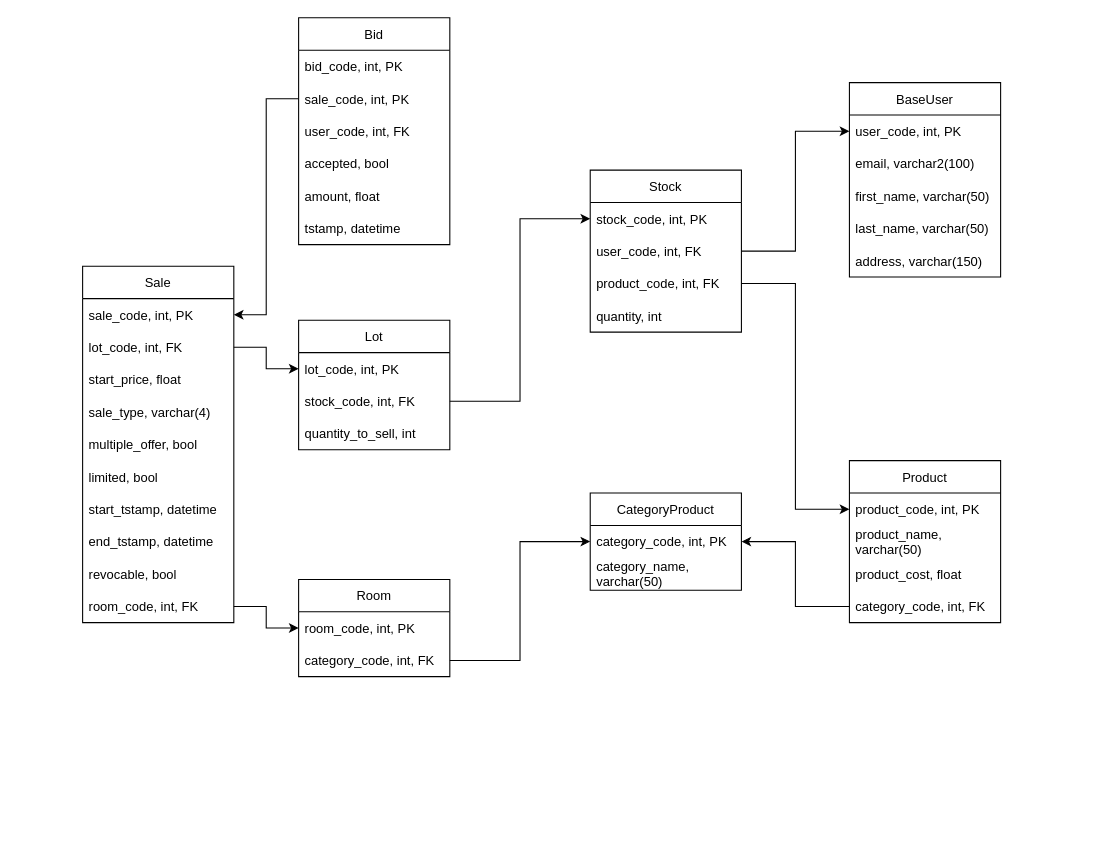
s-kravtsov/DB_Project_2022 keeps this draw.io diagram as Schema_relationnel.drawio. Above is the earlier version. Source tidied: cells renumbered, new cells numbered last; positions are measured from the earlier drawing's top-left corner, leaving out a move shared by most shapes. Both pictures are drawn from the tidied source at 108%, with x=0, y=0 at pixel (82, 17).
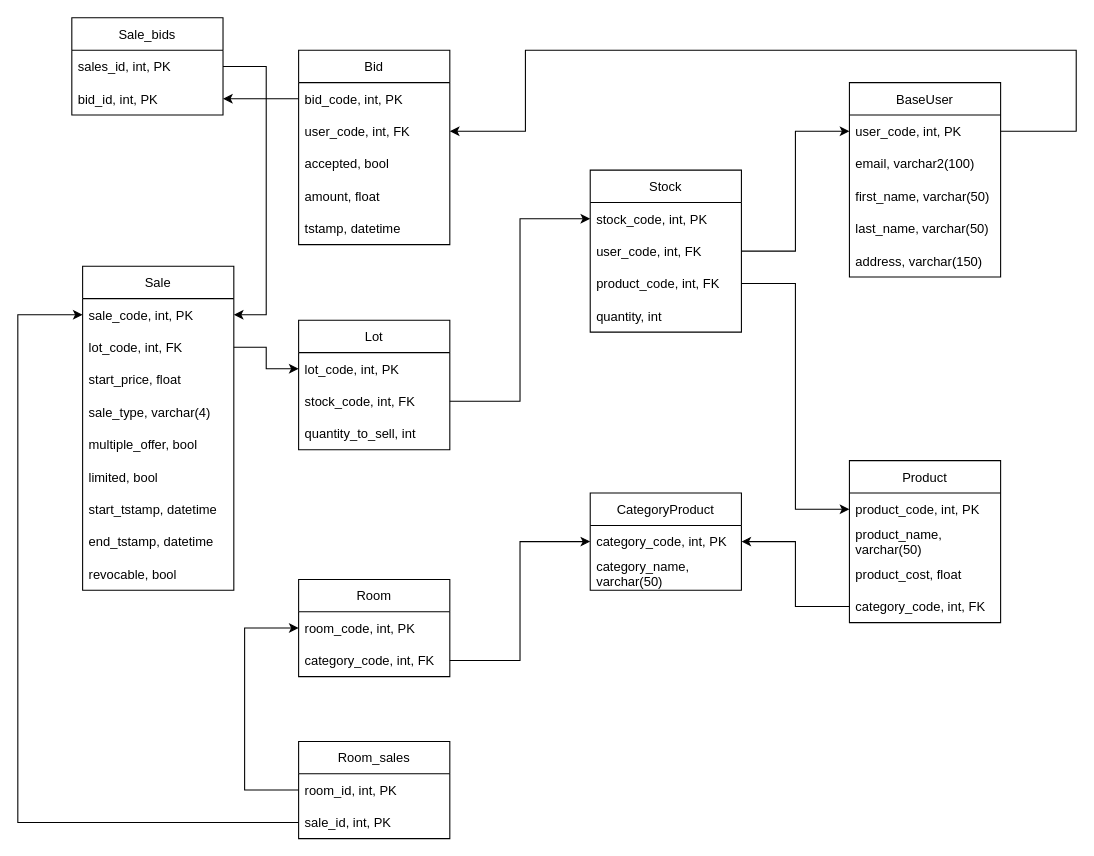
The same page after the edit.

Unchanged cells that the change refers to:
```xml
<mxCell id="3" value="user_code, int, PK" style="text;strokeColor=none;fillColor=none;align=left;verticalAlign=middle;spacingLeft=4;spacingRight=4;overflow=hidden;points=[[0,0.5],[1,0.5]];portConstraint=eastwest;" parent="2" vertex="1">
  <mxGeometry y="30" width="140" height="30" as="geometry" />
</mxCell>
<mxCell id="17" value="sale_code, int, PK" style="text;strokeColor=none;fillColor=none;align=left;verticalAlign=middle;spacingLeft=4;spacingRight=4;overflow=hidden;points=[[0,0.5],[1,0.5]];portConstraint=eastwest;" parent="16" vertex="1">
  <mxGeometry y="30" width="140" height="30" as="geometry" />
</mxCell>
<mxCell id="28" value="bid_code, int, PK" style="text;strokeColor=none;fillColor=none;align=left;verticalAlign=middle;spacingLeft=4;spacingRight=4;overflow=hidden;points=[[0,0.5],[1,0.5]];portConstraint=eastwest;" parent="27" vertex="1">
  <mxGeometry y="30" width="140" height="30" as="geometry" />
</mxCell>
<mxCell id="39" value="room_code, int, PK" style="text;strokeColor=none;fillColor=none;align=left;verticalAlign=middle;spacingLeft=4;spacingRight=4;overflow=hidden;points=[[0,0.5],[1,0.5]];portConstraint=eastwest;" parent="38" vertex="1">
  <mxGeometry y="30" width="140" height="30" as="geometry" />
</mxCell>
```

Diff of the diagram source:
```diff
@@
     <mxCell id="16" value="Sale" style="swimlane;fontStyle=0;horizontal=1;startSize=30;" parent="1" vertex="1">
-      <mxGeometry y="230" width="140" height="330" as="geometry" />
+      <mxGeometry y="230" width="140" height="300" as="geometry" />
     </mxCell>
@@
-    <mxCell id="26" value="room_code, int, FK" style="text;strokeColor=none;fillColor=none;align=left;verticalAlign=middle;spacingLeft=4;spacingRight=4;overflow=hidden;points=[[0,0.5],[1,0.5]];portConstraint=eastwest;" parent="16" vertex="1">
-      <mxGeometry y="300" width="140" height="30" as="geometry" />
-    </mxCell>
     <mxCell id="27" value="Bid" style="swimlane;fontStyle=0;horizontal=1;startSize=30;" parent="1" vertex="1">
-      <mxGeometry x="200" width="140" height="210" as="geometry" />
+      <mxGeometry x="200" y="30" width="140" height="180" as="geometry" />
     </mxCell>
@@
-    <mxCell id="29" value="sale_code, int, PK" style="text;strokeColor=none;fillColor=none;align=left;verticalAlign=middle;spacingLeft=4;spacingRight=4;overflow=hidden;points=[[0,0.5],[1,0.5]];portConstraint=eastwest;" parent="27" vertex="1">
-      <mxGeometry y="60" width="140" height="30" as="geometry" />
-    </mxCell>
     <mxCell id="30" value="user_code, int, FK" style="text;strokeColor=none;fillColor=none;align=left;verticalAlign=middle;spacingLeft=4;spacingRight=4;overflow=hidden;points=[[0,0.5],[1,0.5]];portConstraint=eastwest;" parent="27" vertex="1">
-      <mxGeometry y="90" width="140" height="30" as="geometry" />
+      <mxGeometry y="60" width="140" height="30" as="geometry" />
     </mxCell>
     <mxCell id="31" value="accepted, bool" style="text;strokeColor=none;fillColor=none;align=left;verticalAlign=middle;spacingLeft=4;spacingRight=4;overflow=hidden;" parent="27" vertex="1">
-      <mxGeometry y="120" width="140" height="30" as="geometry" />
+      <mxGeometry y="90" width="140" height="30" as="geometry" />
     </mxCell>
     <mxCell id="32" value="amount, float" style="text;strokeColor=none;fillColor=none;align=left;verticalAlign=middle;spacingLeft=4;spacingRight=4;overflow=hidden;" parent="27" vertex="1">
-      <mxGeometry y="150" width="140" height="30" as="geometry" />
+      <mxGeometry y="120" width="140" height="30" as="geometry" />
     </mxCell>
     <mxCell id="33" value="tstamp, datetime" style="text;strokeColor=none;fillColor=none;align=left;verticalAlign=middle;spacingLeft=4;spacingRight=4;overflow=hidden;" parent="27" vertex="1">
-      <mxGeometry y="180" width="140" height="30" as="geometry" />
+      <mxGeometry y="150" width="140" height="30" as="geometry" />
     </mxCell>
@@
-    <mxCell id="41" style="edgeStyle=orthogonalEdgeStyle;rounded=0;jettySize=auto;html=1;exitX=1;exitY=0.5;exitDx=0;exitDy=0;entryX=0;entryY=0.5;entryDx=0;entryDy=0;" parent="1" edge="1" source="26" target="39">
-      <mxGeometry relative="1" as="geometry" />
-    </mxCell>
-    <mxCell id="42" style="edgeStyle=orthogonalEdgeStyle;rounded=0;jettySize=auto;html=1;exitX=0;exitY=0.5;exitDx=0;exitDy=0;entryX=1;entryY=0.5;entryDx=0;entryDy=0;" parent="1" edge="1" source="29" target="17">
-      <mxGeometry relative="1" as="geometry" />
-    </mxCell>
@@
+    <mxCell id="54" value="Sale_bids" style="swimlane;fontStyle=0;horizontal=1;startSize=30;" parent="1" vertex="1">
+      <mxGeometry x="-10" width="140" height="90" as="geometry" />
+    </mxCell>
+    <mxCell id="55" value="sales_id, int, PK" style="text;strokeColor=none;fillColor=none;align=left;verticalAlign=middle;spacingLeft=4;spacingRight=4;overflow=hidden;points=[[0,0.5],[1,0.5]];portConstraint=eastwest;" parent="54" vertex="1">
+      <mxGeometry y="30" width="140" height="30" as="geometry" />
+    </mxCell>
+    <mxCell id="56" value="bid_id, int, PK" style="text;strokeColor=none;fillColor=none;align=left;verticalAlign=middle;spacingLeft=4;spacingRight=4;overflow=hidden;points=[[0,0.5],[1,0.5]];portConstraint=eastwest;" parent="54" vertex="1">
+      <mxGeometry y="60" width="140" height="30" as="geometry" />
+    </mxCell>
+    <mxCell id="57" style="edgeStyle=orthogonalEdgeStyle;rounded=0;jettySize=auto;html=1;" parent="1" edge="1" source="28" target="56">
+      <mxGeometry relative="1" as="geometry" />
+    </mxCell>
+    <mxCell id="58" style="edgeStyle=orthogonalEdgeStyle;rounded=0;jettySize=auto;html=1;entryX=1;entryY=0.5;entryDx=0;entryDy=0;" parent="1" edge="1" source="55" target="17">
+      <mxGeometry relative="1" as="geometry">
+        <Array as="points">
+          <mxPoint x="170" y="45" />
+          <mxPoint x="170" y="275" />
+        </Array>
+      </mxGeometry>
+    </mxCell>
+    <mxCell id="59" style="edgeStyle=orthogonalEdgeStyle;rounded=0;jettySize=auto;html=1;" parent="1" edge="1" source="3" target="30">
+      <mxGeometry relative="1" as="geometry">
+        <Array as="points">
+          <mxPoint x="920" y="105" />
+          <mxPoint x="920" y="30" />
+          <mxPoint x="410" y="30" />
+          <mxPoint x="410" y="105" />
+        </Array>
+      </mxGeometry>
+    </mxCell>
+    <mxCell id="60" value="Room_sales" style="swimlane;fontStyle=0;horizontal=1;startSize=30;" parent="1" vertex="1">
+      <mxGeometry x="200" y="670" width="140" height="90" as="geometry" />
+    </mxCell>
+    <mxCell id="61" value="room_id, int, PK" style="text;strokeColor=none;fillColor=none;align=left;verticalAlign=middle;spacingLeft=4;spacingRight=4;overflow=hidden;points=[[0,0.5],[1,0.5]];portConstraint=eastwest;" parent="60" vertex="1">
+      <mxGeometry y="30" width="140" height="30" as="geometry" />
+    </mxCell>
+    <mxCell id="62" value="sale_id, int, PK" style="text;strokeColor=none;fillColor=none;align=left;verticalAlign=middle;spacingLeft=4;spacingRight=4;overflow=hidden;points=[[0,0.5],[1,0.5]];portConstraint=eastwest;" parent="60" vertex="1">
+      <mxGeometry y="60" width="140" height="30" as="geometry" />
+    </mxCell>
+    <mxCell id="63" style="edgeStyle=orthogonalEdgeStyle;rounded=0;jettySize=auto;html=1;" parent="1" edge="1" source="61">
+      <mxGeometry relative="1" as="geometry">
+        <mxPoint x="200" y="565" as="targetPoint" />
+        <Array as="points">
+          <mxPoint x="150" y="715" />
+          <mxPoint x="150" y="565" />
+        </Array>
+      </mxGeometry>
+    </mxCell>
+    <mxCell id="64" style="edgeStyle=orthogonalEdgeStyle;rounded=0;jettySize=auto;html=1;entryX=0;entryY=0.5;entryDx=0;entryDy=0;" parent="1" edge="1" source="62" target="17">
+      <mxGeometry relative="1" as="geometry">
+        <Array as="points">
+          <mxPoint x="-60" y="745" />
+          <mxPoint x="-60" y="275" />
+        </Array>
+      </mxGeometry>
+    </mxCell>
```
